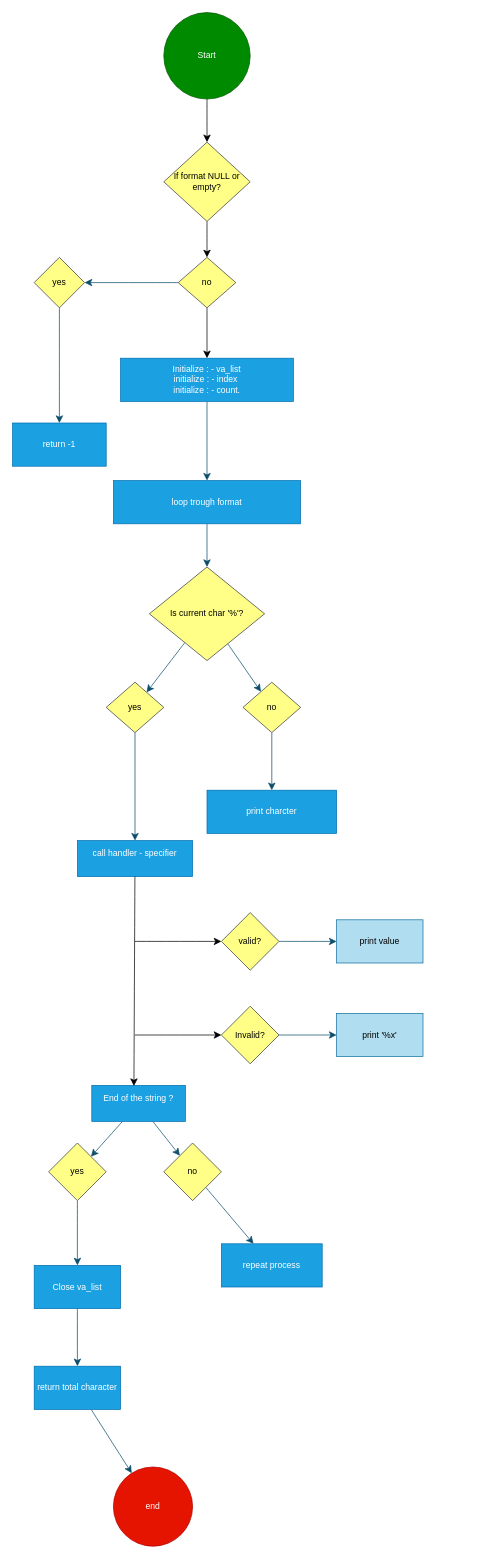
This is Diagramme sans nom.drawio from Warrre/holbertonschool-low_level_programming, a draw.io file, before an edit. Source tidied: cells renumbered, new cells numbered last; positions are measured from the earlier drawing's top-left corner, leaving out a move shared by most shapes. Both pictures are drawn from the tidied source at 72%, with x=0, y=0 at pixel (12, 12).
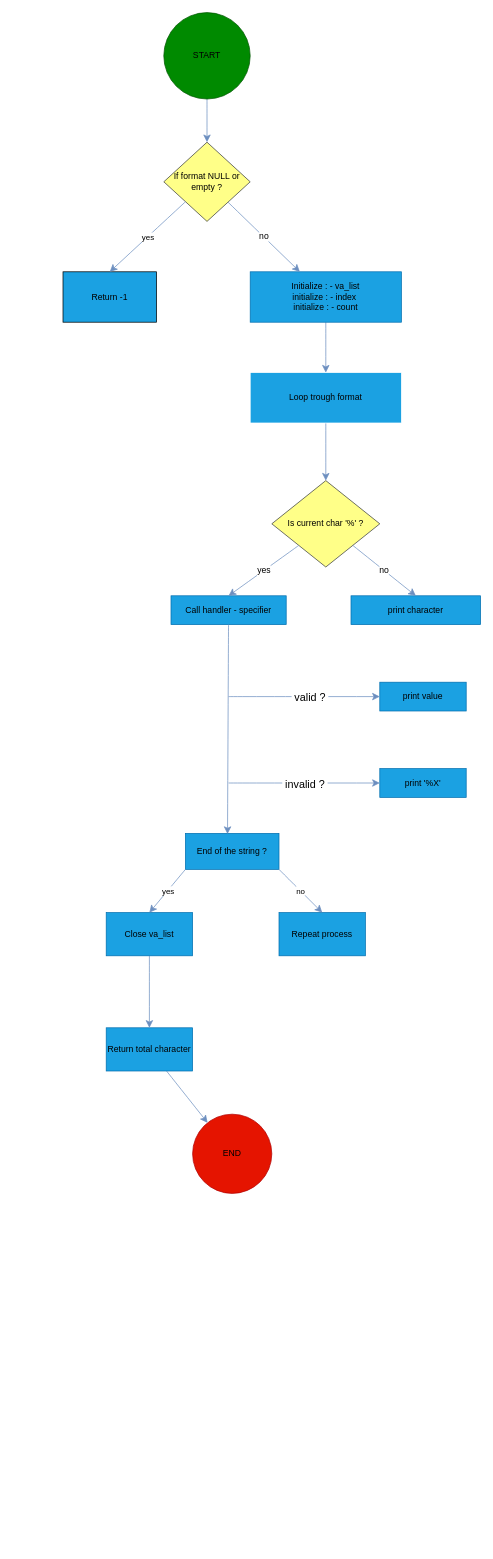
After the change.

Commit message:
Mettre à jour Diagramme sans nom.drawio

What changed in the source:
```diff
@@
-    <mxCell id="2" style="edgeStyle=none;curved=1;rounded=0;jettySize=auto;html=1;fontSize=12;startSize=8;endSize=8;labelBackgroundColor=none;strokeColor=#0B4D6A;fontColor=default;" parent="1" edge="1" source="4" target="10">
-      <mxGeometry relative="1" as="geometry" />
-    </mxCell>
-    <mxCell id="3" style="edgeStyle=none;curved=1;rounded=0;jettySize=auto;html=1;fontSize=12;startSize=8;endSize=8;" parent="1" edge="1" source="4" target="6">
-      <mxGeometry relative="1" as="geometry" />
-    </mxCell>
-    <mxCell id="4" value="no" style="rhombus;whiteSpace=wrap;html=1;labelBackgroundColor=none;fillColor=#ffff88;strokeColor=#36393d;" parent="1" vertex="1">
-      <mxGeometry x="230" y="340" width="80" height="70" as="geometry" />
-    </mxCell>
-    <mxCell id="5" style="edgeStyle=none;curved=1;rounded=0;jettySize=auto;html=1;fontSize=12;startSize=8;endSize=8;labelBackgroundColor=none;strokeColor=#0B4D6A;fontColor=default;" parent="1" edge="1" source="6" target="8">
+    <mxCell id="5" style="edgeStyle=none;curved=1;rounded=0;jettySize=auto;html=1;fontSize=12;startSize=8;endSize=8;fillColor=#dae8fc;strokeColor=#6c8ebf;" parent="1" edge="1" source="6" target="8">
       <mxGeometry relative="1" as="geometry" />
     </mxCell>
-    <mxCell id="6" value="Initialize : - va_list&lt;div&gt;initialize : - index&amp;nbsp;&lt;/div&gt;&lt;div&gt;initialize : - count.&lt;/div&gt;" style="whiteSpace=wrap;html=1;labelBackgroundColor=none;fillColor=#1ba1e2;strokeColor=#006EAF;fontColor=#ffffff;" parent="1" vertex="1">
-      <mxGeometry x="150" y="480" width="240" height="60" as="geometry" />
+    <mxCell id="6" value="&lt;font style=&quot;color: rgb(0, 0, 0);&quot;&gt;Initialize : - va_list&lt;/font&gt;&lt;div&gt;&lt;font style=&quot;color: rgb(0, 0, 0);&quot;&gt;initialize : - index&amp;nbsp;&lt;/font&gt;&lt;/div&gt;&lt;div&gt;&lt;font style=&quot;color: rgb(0, 0, 0);&quot;&gt;initialize : - count&lt;/font&gt;&lt;/div&gt;" style="whiteSpace=wrap;html=1;labelBackgroundColor=none;fillColor=#1ba1e2;strokeColor=#006EAF;fontColor=#ffffff;" parent="1" vertex="1">
+      <mxGeometry x="330" y="360" width="210" height="70" as="geometry" />
     </mxCell>
-    <mxCell id="7" style="edgeStyle=none;curved=1;rounded=0;jettySize=auto;html=1;strokeColor=#0B4D6A;fontSize=12;startSize=8;endSize=8;" parent="1" edge="1" source="8" target="16">
+    <mxCell id="7" style="edgeStyle=none;curved=1;rounded=0;jettySize=auto;html=1;fontSize=12;startSize=8;endSize=8;fillColor=#dae8fc;strokeColor=#6c8ebf;" parent="1" edge="1" source="8" target="16">
       <mxGeometry relative="1" as="geometry" />
     </mxCell>
-    <mxCell id="8" value="loop trough format" style="whiteSpace=wrap;html=1;labelBackgroundColor=none;fillColor=#1ba1e2;strokeColor=#006EAF;fontColor=#ffffff;" parent="1" vertex="1">
-      <mxGeometry x="140" y="650" width="260" height="60" as="geometry" />
+    <mxCell id="8" value="&lt;font style=&quot;color: rgb(0, 0, 0);&quot;&gt;Loop trough format&lt;/font&gt;" style="whiteSpace=wrap;html=1;labelBackgroundColor=none;fillColor=#1ba1e2;strokeColor=#FFFFFF;fontColor=#ffffff;" parent="1" vertex="1">
+      <mxGeometry x="330" y="500" width="210" height="70" as="geometry" />
     </mxCell>
-    <mxCell id="9" style="edgeStyle=none;curved=1;rounded=0;jettySize=auto;html=1;fontSize=12;startSize=8;endSize=8;labelBackgroundColor=none;strokeColor=#0B4D6A;fontColor=default;" parent="1" edge="1" source="10" target="11">
-      <mxGeometry relative="1" as="geometry" />
-    </mxCell>
-    <mxCell id="10" value="yes" style="rhombus;whiteSpace=wrap;html=1;labelBackgroundColor=none;fillColor=#ffff88;strokeColor=#36393d;" parent="1" vertex="1">
-      <mxGeometry x="30" y="340" width="70" height="70" as="geometry" />
-    </mxCell>
-    <mxCell id="11" value="return -1" style="whiteSpace=wrap;html=1;labelBackgroundColor=none;fillColor=#1ba1e2;strokeColor=#006EAF;fontColor=#ffffff;" parent="1" vertex="1">
-      <mxGeometry y="570" width="130" height="60" as="geometry" />
+    <mxCell id="11" value="&lt;font style=&quot;color: rgb(0, 0, 0);&quot;&gt;Return -1&lt;/font&gt;" style="whiteSpace=wrap;html=1;labelBackgroundColor=none;fillColor=#1ba1e2;strokeColor=#000000;fontColor=#ffffff;" parent="1" vertex="1">
+      <mxGeometry x="70" y="360" width="130" height="70" as="geometry" />
     </mxCell>
-    <mxCell id="12" style="edgeStyle=none;curved=1;rounded=0;jettySize=auto;html=1;fontSize=12;startSize=8;endSize=8;" parent="1" edge="1" source="13" target="4">
-      <mxGeometry relative="1" as="geometry" />
-    </mxCell>
-    <mxCell id="13" value="If format NULL or empty?" style="rhombus;fillColor=#ffff88;strokeColor=#36393d;align=center;textDirection=ltr;whiteSpace=wrap;" parent="1" vertex="1">
+    <mxCell id="13" value="If format NULL or empty ?" style="rhombus;fillColor=#ffff88;strokeColor=#36393d;align=center;textDirection=ltr;whiteSpace=wrap;" parent="1" vertex="1">
       <mxGeometry x="210" y="180" width="120" height="110" as="geometry" />
     </mxCell>
-    <mxCell id="14" style="edgeStyle=none;curved=1;rounded=0;jettySize=auto;html=1;strokeColor=#0B4D6A;fontSize=12;startSize=8;endSize=8;" parent="1" edge="1" source="16" target="18">
-      <mxGeometry relative="1" as="geometry" />
-    </mxCell>
-    <mxCell id="15" style="edgeStyle=none;curved=1;rounded=0;jettySize=auto;html=1;strokeColor=#0B4D6A;fontSize=12;startSize=8;endSize=8;" parent="1" edge="1" source="16" target="20">
-      <mxGeometry relative="1" as="geometry" />
-    </mxCell>
-    <mxCell id="16" value="Is current char '%'?" style="rhombus;whiteSpace=wrap;html=1;fillColor=#ffff88;strokeColor=#36393d;labelBackgroundColor=none;" parent="1" vertex="1">
-      <mxGeometry x="190" y="770" width="160" height="130" as="geometry" />
+    <mxCell id="16" value="Is current char '%' ?" style="rhombus;whiteSpace=wrap;html=1;fillColor=#ffff88;strokeColor=#36393d;labelBackgroundColor=none;" parent="1" vertex="1">
+      <mxGeometry x="360" y="650" width="150" height="120" as="geometry" />
     </mxCell>
-    <mxCell id="17" style="edgeStyle=none;curved=1;rounded=0;jettySize=auto;html=1;strokeColor=#0B4D6A;fontSize=12;startSize=8;endSize=8;" parent="1" edge="1" source="18" target="21">
-      <mxGeometry relative="1" as="geometry" />
-    </mxCell>
-    <mxCell id="18" value="yes" style="rhombus;whiteSpace=wrap;html=1;fillColor=#ffff88;strokeColor=#36393d;labelBackgroundColor=none;" parent="1" vertex="1">
-      <mxGeometry x="130" y="930" width="80" height="70" as="geometry" />
-    </mxCell>
-    <mxCell id="19" style="edgeStyle=none;curved=1;rounded=0;jettySize=auto;html=1;strokeColor=#0B4D6A;fontSize=12;startSize=8;endSize=8;" parent="1" edge="1" source="20" target="22">
-      <mxGeometry relative="1" as="geometry" />
-    </mxCell>
-    <mxCell id="20" value="no" style="rhombus;whiteSpace=wrap;html=1;fillColor=#ffff88;strokeColor=#36393d;labelBackgroundColor=none;" parent="1" vertex="1">
-      <mxGeometry x="320" y="930" width="80" height="70" as="geometry" />
-    </mxCell>
-    <mxCell id="21" value="&lt;div&gt;call handler - specifier&lt;/div&gt;&lt;div&gt;&lt;br&gt;&lt;/div&gt;" style="whiteSpace=wrap;html=1;fillColor=#1ba1e2;strokeColor=#006EAF;labelBackgroundColor=none;fontColor=#ffffff;" parent="1" vertex="1">
-      <mxGeometry x="90" y="1150" width="160" height="50" as="geometry" />
+    <mxCell id="21" value="&lt;div&gt;&lt;font style=&quot;color: rgb(0, 0, 0);&quot;&gt;Call handler - specifier&lt;/font&gt;&lt;/div&gt;" style="whiteSpace=wrap;html=1;fillColor=#1ba1e2;strokeColor=#006EAF;labelBackgroundColor=none;fontColor=#ffffff;" parent="1" vertex="1">
+      <mxGeometry x="220" y="810" width="160" height="40" as="geometry" />
     </mxCell>
-    <mxCell id="22" value="print charcter" style="whiteSpace=wrap;html=1;fillColor=#1ba1e2;strokeColor=#006EAF;labelBackgroundColor=none;fontColor=#ffffff;" parent="1" vertex="1">
-      <mxGeometry x="270" y="1080" width="180" height="60" as="geometry" />
+    <mxCell id="22" value="&lt;font style=&quot;color: rgb(0, 0, 0);&quot;&gt;print character&lt;/font&gt;" style="whiteSpace=wrap;html=1;fillColor=#1ba1e2;strokeColor=#006EAF;labelBackgroundColor=none;fontColor=#ffffff;" parent="1" vertex="1">
+      <mxGeometry x="470" y="810" width="180" height="40" as="geometry" />
     </mxCell>
-    <mxCell id="23" style="edgeStyle=none;curved=1;rounded=0;jettySize=auto;html=1;strokeColor=#0B4D6A;fontSize=12;startSize=8;endSize=8;" parent="1" edge="1" source="25" target="33">
-      <mxGeometry relative="1" as="geometry" />
-    </mxCell>
-    <mxCell id="24" style="edgeStyle=none;curved=1;rounded=0;jettySize=auto;html=1;strokeColor=#0B4D6A;fontSize=12;startSize=8;endSize=8;" parent="1" edge="1" source="25" target="35">
-      <mxGeometry relative="1" as="geometry" />
-    </mxCell>
-    <mxCell id="25" value="&lt;font&gt;End of the string ?&lt;/font&gt;&lt;div&gt;&lt;br&gt;&lt;/div&gt;" style="whiteSpace=wrap;html=1;fillColor=#1ba1e2;strokeColor=#006EAF;labelBackgroundColor=none;fontColor=#ffffff;" parent="1" vertex="1">
-      <mxGeometry x="110" y="1490" width="130" height="50" as="geometry" />
+    <mxCell id="25" value="&lt;font style=&quot;color: rgb(0, 0, 0);&quot;&gt;End of the string ?&lt;/font&gt;" style="whiteSpace=wrap;html=1;fillColor=#1ba1e2;strokeColor=#006EAF;labelBackgroundColor=none;fontColor=#ffffff;" parent="1" vertex="1">
+      <mxGeometry x="240" y="1140" width="130" height="50" as="geometry" />
     </mxCell>
-    <mxCell id="26" style="edgeStyle=none;curved=1;rounded=0;jettySize=auto;html=1;strokeColor=#0B4D6A;fontSize=12;startSize=8;endSize=8;" parent="1" edge="1" source="27" target="30">
-      <mxGeometry relative="1" as="geometry" />
-    </mxCell>
-    <mxCell id="27" value="valid?" style="rhombus;whiteSpace=wrap;html=1;strokeColor=#36393d;fillColor=#ffff88;" parent="1" vertex="1">
-      <mxGeometry x="290" y="1250" width="80" height="80" as="geometry" />
-    </mxCell>
-    <mxCell id="28" style="edgeStyle=none;curved=1;rounded=0;jettySize=auto;html=1;strokeColor=#0B4D6A;fontSize=12;startSize=8;endSize=8;" parent="1" edge="1" source="29" target="31">
-      <mxGeometry relative="1" as="geometry" />
-    </mxCell>
-    <mxCell id="29" value="Invalid?" style="rhombus;whiteSpace=wrap;html=1;strokeColor=#36393d;fillColor=#ffff88;" parent="1" vertex="1">
-      <mxGeometry x="290" y="1380" width="80" height="80" as="geometry" />
-    </mxCell>
-    <mxCell id="30" value="print value" style="whiteSpace=wrap;html=1;fillColor=#b1ddf0;strokeColor=#10739e;" parent="1" vertex="1">
-      <mxGeometry x="450" y="1260" width="120" height="60" as="geometry" />
+    <mxCell id="30" value="&lt;font style=&quot;color: rgb(0, 0, 0);&quot;&gt;print value&lt;/font&gt;" style="whiteSpace=wrap;html=1;fillColor=#1ba1e2;strokeColor=#006EAF;fontColor=#ffffff;" parent="1" vertex="1">
+      <mxGeometry x="510" y="930" width="120" height="40" as="geometry" />
     </mxCell>
-    <mxCell id="31" value="print '%x'" style="whiteSpace=wrap;html=1;fillColor=#b1ddf0;strokeColor=#10739e;" parent="1" vertex="1">
-      <mxGeometry x="450" y="1390" width="120" height="60" as="geometry" />
+    <mxCell id="31" value="&lt;font style=&quot;color: rgb(0, 0, 0);&quot;&gt;print '%X'&lt;/font&gt;" style="whiteSpace=wrap;html=1;fillColor=#1ba1e2;strokeColor=#006EAF;fontColor=#ffffff;" parent="1" vertex="1">
+      <mxGeometry x="510" y="1050" width="120" height="40" as="geometry" />
     </mxCell>
-    <mxCell id="32" style="edgeStyle=none;curved=1;rounded=0;jettySize=auto;html=1;strokeColor=#0B4D6A;fontSize=12;startSize=8;endSize=8;" parent="1" edge="1" source="33" target="38">
-      <mxGeometry relative="1" as="geometry" />
-    </mxCell>
-    <mxCell id="33" value="yes" style="rhombus;whiteSpace=wrap;html=1;fillColor=#ffff88;strokeColor=#36393d;labelBackgroundColor=none;" parent="1" vertex="1">
-      <mxGeometry x="50" y="1570" width="80" height="80" as="geometry" />
-    </mxCell>
-    <mxCell id="34" style="edgeStyle=none;curved=1;rounded=0;jettySize=auto;html=1;strokeColor=#0B4D6A;fontSize=12;startSize=8;endSize=8;" parent="1" edge="1" source="35" target="36">
-      <mxGeometry relative="1" as="geometry" />
-    </mxCell>
-    <mxCell id="35" value="no" style="rhombus;whiteSpace=wrap;html=1;fillColor=#ffff88;strokeColor=#36393d;labelBackgroundColor=none;" parent="1" vertex="1">
-      <mxGeometry x="210" y="1570" width="80" height="80" as="geometry" />
-    </mxCell>
-    <mxCell id="36" value="repeat process" style="whiteSpace=wrap;html=1;fillColor=#1ba1e2;strokeColor=#006EAF;labelBackgroundColor=none;fontColor=#ffffff;" parent="1" vertex="1">
-      <mxGeometry x="290" y="1710" width="140" height="60" as="geometry" />
+    <mxCell id="36" value="&lt;font style=&quot;color: rgb(0, 0, 0);&quot;&gt;Repeat process&lt;/font&gt;" style="whiteSpace=wrap;html=1;fillColor=#1ba1e2;strokeColor=#006EAF;labelBackgroundColor=none;fontColor=#ffffff;" parent="1" vertex="1">
+      <mxGeometry x="370" y="1250" width="120" height="60" as="geometry" />
     </mxCell>
-    <mxCell id="37" style="edgeStyle=none;curved=1;rounded=0;jettySize=auto;html=1;strokeColor=#0B4D6A;fontSize=12;startSize=8;endSize=8;" parent="1" edge="1" source="38" target="40">
+    <mxCell id="37" style="edgeStyle=none;curved=1;rounded=0;jettySize=auto;html=1;strokeColor=#6c8ebf;fontSize=12;startSize=8;endSize=8;fillColor=#dae8fc;" parent="1" edge="1" source="38" target="40">
       <mxGeometry relative="1" as="geometry" />
     </mxCell>
-    <mxCell id="38" value="Close va_list" style="whiteSpace=wrap;html=1;fillColor=#1ba1e2;strokeColor=#006EAF;labelBackgroundColor=none;fontColor=#ffffff;" parent="1" vertex="1">
-      <mxGeometry x="30" y="1740" width="120" height="60" as="geometry" />
+    <mxCell id="38" value="&lt;font style=&quot;color: rgb(0, 0, 0);&quot;&gt;Close va_list&lt;/font&gt;" style="whiteSpace=wrap;html=1;fillColor=#1ba1e2;strokeColor=#006EAF;labelBackgroundColor=none;fontColor=#ffffff;" parent="1" vertex="1">
+      <mxGeometry x="130" y="1250" width="120" height="60" as="geometry" />
     </mxCell>
-    <mxCell id="39" style="edgeStyle=none;curved=1;rounded=0;jettySize=auto;html=1;strokeColor=#0B4D6A;fontSize=12;startSize=8;endSize=8;" parent="1" edge="1" source="40" target="41">
+    <mxCell id="39" style="edgeStyle=none;curved=1;rounded=0;jettySize=auto;html=1;strokeColor=#6c8ebf;fontSize=12;startSize=8;endSize=8;fillColor=#dae8fc;" parent="1" edge="1" source="40" target="41">
       <mxGeometry relative="1" as="geometry" />
     </mxCell>
-    <mxCell id="40" value="return total character" style="whiteSpace=wrap;html=1;fillColor=#1ba1e2;strokeColor=#006EAF;labelBackgroundColor=none;fontColor=#ffffff;" parent="1" vertex="1">
-      <mxGeometry x="30" y="1880" width="120" height="60" as="geometry" />
+    <mxCell id="40" value="&lt;font style=&quot;color: rgb(0, 0, 0);&quot;&gt;Return total character&lt;/font&gt;" style="whiteSpace=wrap;html=1;fillColor=#1ba1e2;strokeColor=#006EAF;labelBackgroundColor=none;fontColor=#ffffff;" parent="1" vertex="1">
+      <mxGeometry x="130" y="1410" width="120" height="60" as="geometry" />
     </mxCell>
-    <mxCell id="41" value="end" style="ellipse;whiteSpace=wrap;html=1;fillColor=#e51400;strokeColor=#B20000;labelBackgroundColor=none;fontColor=#ffffff;" parent="1" vertex="1">
-      <mxGeometry x="140" y="2020" width="110" height="110" as="geometry" />
+    <mxCell id="41" value="&lt;font style=&quot;color: rgb(0, 0, 0);&quot;&gt;END&lt;/font&gt;" style="ellipse;whiteSpace=wrap;html=1;fillColor=#e51400;strokeColor=#B20000;labelBackgroundColor=none;fontColor=#ffffff;" parent="1" vertex="1">
+      <mxGeometry x="250" y="1530" width="110" height="110" as="geometry" />
     </mxCell>
-    <mxCell id="42" style="edgeStyle=none;curved=1;rounded=0;jettySize=auto;html=1;fontSize=12;startSize=8;endSize=8;" parent="1" edge="1" source="43" target="13">
+    <mxCell id="42" style="edgeStyle=none;curved=1;rounded=0;jettySize=auto;html=1;fontSize=12;startSize=8;endSize=8;fillColor=#dae8fc;strokeColor=#6c8ebf;" parent="1" edge="1" source="43" target="13">
       <mxGeometry relative="1" as="geometry" />
     </mxCell>
-    <mxCell id="43" value="Start" style="ellipse;whiteSpace=wrap;html=1;fillColor=#008a00;strokeColor=#005700;fontColor=#ffffff;" parent="1" vertex="1">
+    <mxCell id="43" value="&lt;font style=&quot;color: rgb(0, 0, 0);&quot;&gt;START&lt;/font&gt;" style="ellipse;whiteSpace=wrap;html=1;fillColor=#008a00;strokeColor=#005700;fontColor=#ffffff;" parent="1" vertex="1">
       <mxGeometry x="210" width="120" height="120" as="geometry" />
     </mxCell>
-    <mxCell id="44" style="endArrow=classic;html=1;rounded=0;fontSize=12;startSize=8;endSize=8;curved=1;entryX=0.45;entryY=0.017;entryDx=0;entryDy=0;entryPerimeter=0;" parent="1" edge="1" source="21" target="25">
+    <mxCell id="44" style="endArrow=classic;html=1;rounded=0;fontSize=12;startSize=8;endSize=8;curved=1;entryX=0.45;entryY=0.017;entryDx=0;entryDy=0;entryPerimeter=0;fillColor=#dae8fc;strokeColor=#6c8ebf;" parent="1" edge="1" source="21" target="25">
       <mxGeometry relative="1" as="geometry" />
     </mxCell>
-    <mxCell id="45" style="endArrow=classic;html=1;rounded=0;fontSize=12;startSize=8;endSize=8;curved=1;entryX=0;entryY=0.5;entryDx=0;entryDy=0;" parent="1" edge="1" target="29">
-      <mxGeometry relative="1" as="geometry">
-        <mxPoint x="170" y="1420" as="sourcePoint" />
-      </mxGeometry>
-    </mxCell>
-    <mxCell id="46" style="endArrow=classic;html=1;rounded=0;fontSize=12;startSize=8;endSize=8;curved=1;" parent="1" edge="1" target="27">
-      <mxGeometry relative="1" as="geometry">
-        <mxPoint x="170" y="1290" as="sourcePoint" />
-      </mxGeometry>
-    </mxCell>
+    <mxCell id="47" style="endArrow=classic;html=1;rounded=0;fontSize=12;startSize=8;endSize=8;curved=1;entryX=0.5;entryY=0;entryDx=0;entryDy=0;fillColor=#dae8fc;strokeColor=#6c8ebf;" parent="1" edge="1" source="13" target="11">
+      <mxGeometry relative="1" as="geometry" />
+    </mxCell>
+    <mxCell id="48" value="yes" style="edgeLabel;html=1;align=center;verticalAlign=middle;" parent="47" vertex="1">
+      <mxGeometry relative="1" as="geometry" />
+    </mxCell>
+    <mxCell id="49" value="no" style="endArrow=classic;html=1;rounded=0;fontSize=12;startSize=8;endSize=8;curved=1;fillColor=#dae8fc;strokeColor=#6c8ebf;" parent="1" edge="1" source="13" target="6">
+      <mxGeometry relative="1" as="geometry" />
+    </mxCell>
+    <mxCell id="50" value="yes" style="endArrow=classic;html=1;rounded=0;fontSize=12;startSize=8;endSize=8;curved=1;exitX=0;exitY=1;exitDx=0;exitDy=0;entryX=0.5;entryY=0;entryDx=0;entryDy=0;fillColor=#dae8fc;strokeColor=#6c8ebf;" parent="1" edge="1" source="16" target="21">
+      <mxGeometry relative="1" as="geometry" />
+    </mxCell>
+    <mxCell id="51" value="no" style="endArrow=classic;html=1;rounded=0;fontSize=12;startSize=8;endSize=8;curved=1;entryX=0.5;entryY=0;entryDx=0;entryDy=0;fillColor=#dae8fc;strokeColor=#6c8ebf;" parent="1" edge="1" source="16" target="22">
+      <mxGeometry relative="1" as="geometry" />
+    </mxCell>
+    <mxCell id="52" style="endArrow=classic;html=1;rounded=0;fontSize=12;startSize=8;endSize=8;curved=1;entryX=0;entryY=0.5;entryDx=0;entryDy=0;fillColor=#dae8fc;strokeColor=#6c8ebf;" parent="1" edge="1" target="30">
+      <mxGeometry relative="1" as="geometry">
+        <mxPoint x="300" y="950" as="sourcePoint" />
+      </mxGeometry>
+    </mxCell>
+    <mxCell id="53" value="&amp;nbsp;valid ?&amp;nbsp;" style="edgeLabel;html=1;align=center;verticalAlign=middle;fontSize=15;" parent="52" vertex="1">
+      <mxGeometry relative="1" as="geometry">
+        <mxPoint x="7" as="offset" />
+      </mxGeometry>
+    </mxCell>
+    <mxCell id="54" style="endArrow=classic;html=1;rounded=0;fontSize=12;startSize=8;endSize=8;curved=1;entryX=0;entryY=0.5;entryDx=0;entryDy=0;fillColor=#dae8fc;strokeColor=#6c8ebf;" parent="1" edge="1" target="31">
+      <mxGeometry relative="1" as="geometry">
+        <mxPoint x="300" y="1070" as="sourcePoint" />
+      </mxGeometry>
+    </mxCell>
+    <mxCell id="55" value="&amp;nbsp;invalid ?&amp;nbsp;" style="edgeLabel;html=1;align=center;verticalAlign=middle;fontSize=15;" parent="54" vertex="1">
+      <mxGeometry relative="1" as="geometry" />
+    </mxCell>
+    <mxCell id="56" style="endArrow=classic;html=1;rounded=0;fontSize=12;startSize=8;endSize=8;curved=1;entryX=0.5;entryY=0;entryDx=0;entryDy=0;exitX=1;exitY=1;exitDx=0;exitDy=0;fillColor=#dae8fc;strokeColor=#6c8ebf;" parent="1" edge="1" source="25" target="36">
+      <mxGeometry relative="1" as="geometry" />
+    </mxCell>
+    <mxCell id="57" value="no" style="edgeLabel;html=1;align=center;verticalAlign=middle;" parent="56" vertex="1">
+      <mxGeometry relative="1" as="geometry" />
+    </mxCell>
+    <mxCell id="58" style="endArrow=classic;html=1;rounded=0;fontSize=12;startSize=8;endSize=8;curved=1;exitX=0;exitY=1;exitDx=0;exitDy=0;entryX=0.5;entryY=0;entryDx=0;entryDy=0;fillColor=#dae8fc;strokeColor=#6c8ebf;" parent="1" edge="1" source="25" target="38">
+      <mxGeometry relative="1" as="geometry" />
+    </mxCell>
+    <mxCell id="59" value="yes" style="edgeLabel;html=1;align=center;verticalAlign=middle;" parent="58" vertex="1">
+      <mxGeometry relative="1" as="geometry" />
+    </mxCell>
```
